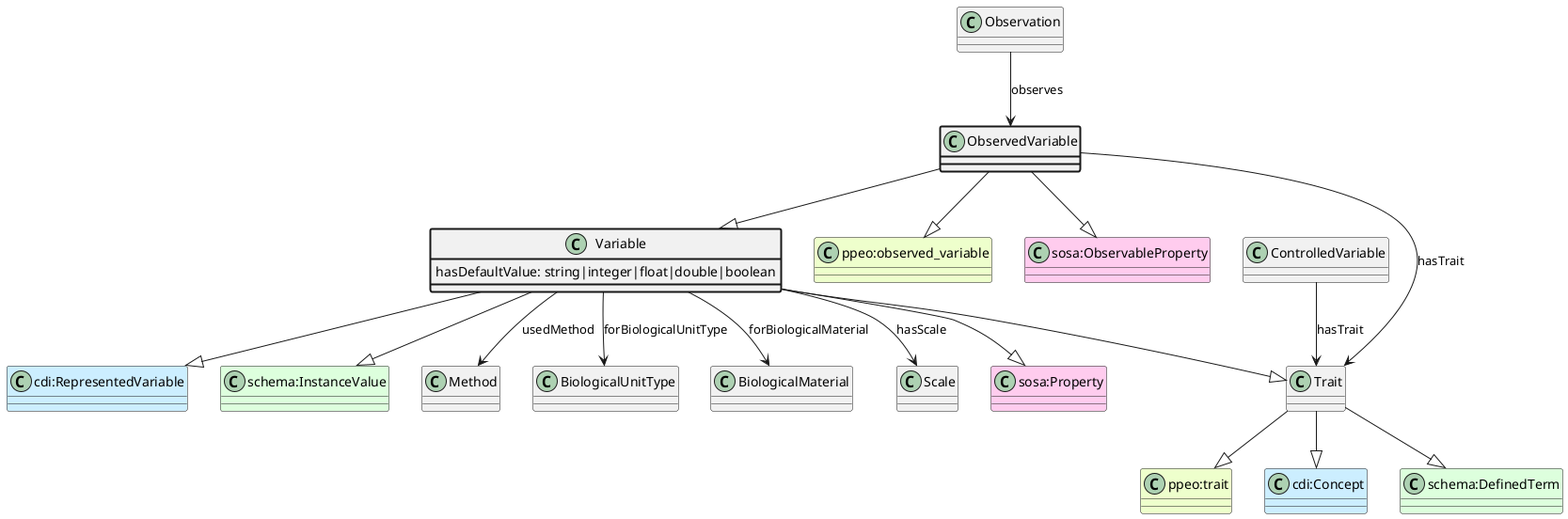
This is ttl_uml/ttl_appn_ObservedVariable.png from aus-plant-phenomics-network/appn-schema, a PlantUML export, as it was before one commit.
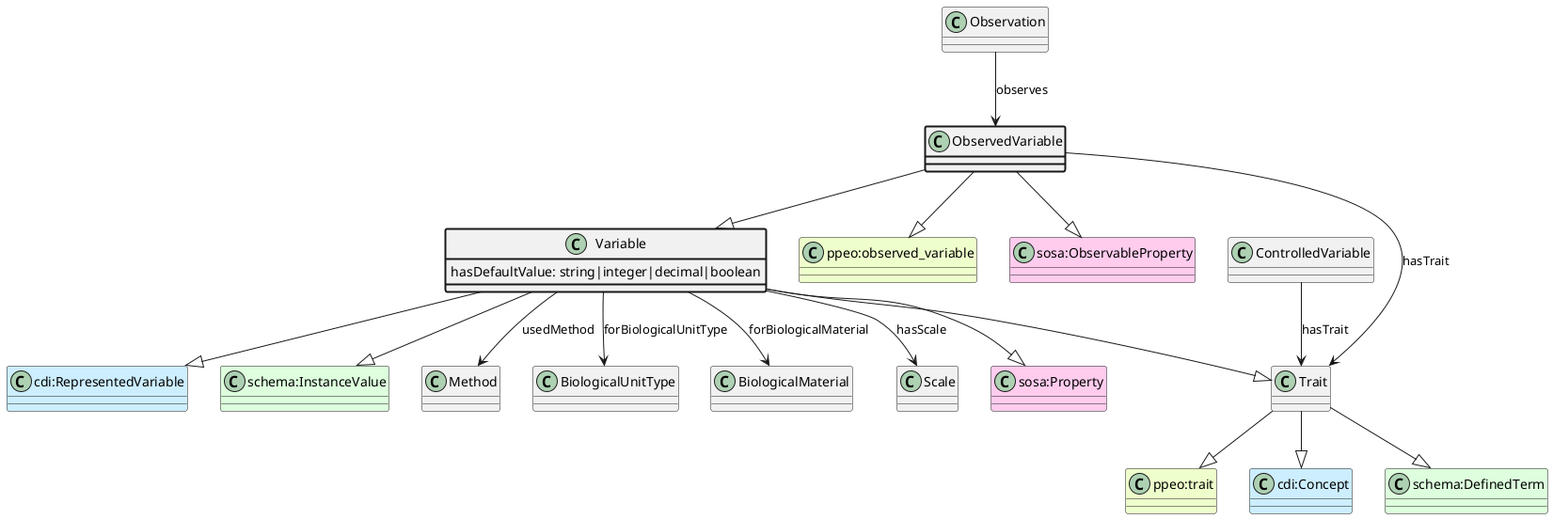
The same diagram one commit later.

Change to the diagram source:
```diff
@@ -25,7 +25,7 @@
 class Trait
 ObservedVariable --> Trait : hasTrait
 class Variable #line.bold {
-    hasDefaultValue: string|integer|float|double|boolean
+    hasDefaultValue: string|integer|decimal|boolean
 }
 class Method
 Variable --> Method : usedMethod
```
